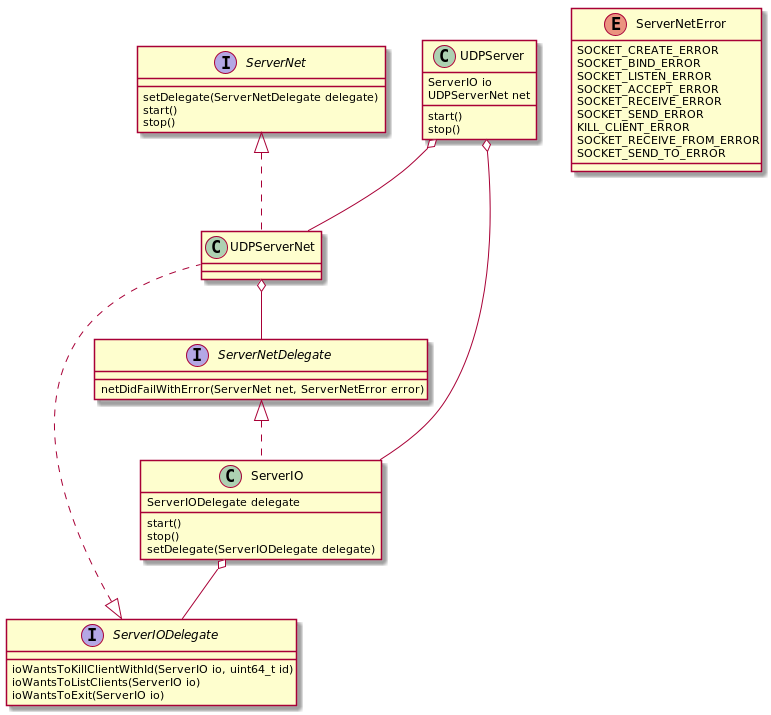
This is report/figs/UDPClasses.png from lamtev/nets, a PlantUML export, as it was before one commit.
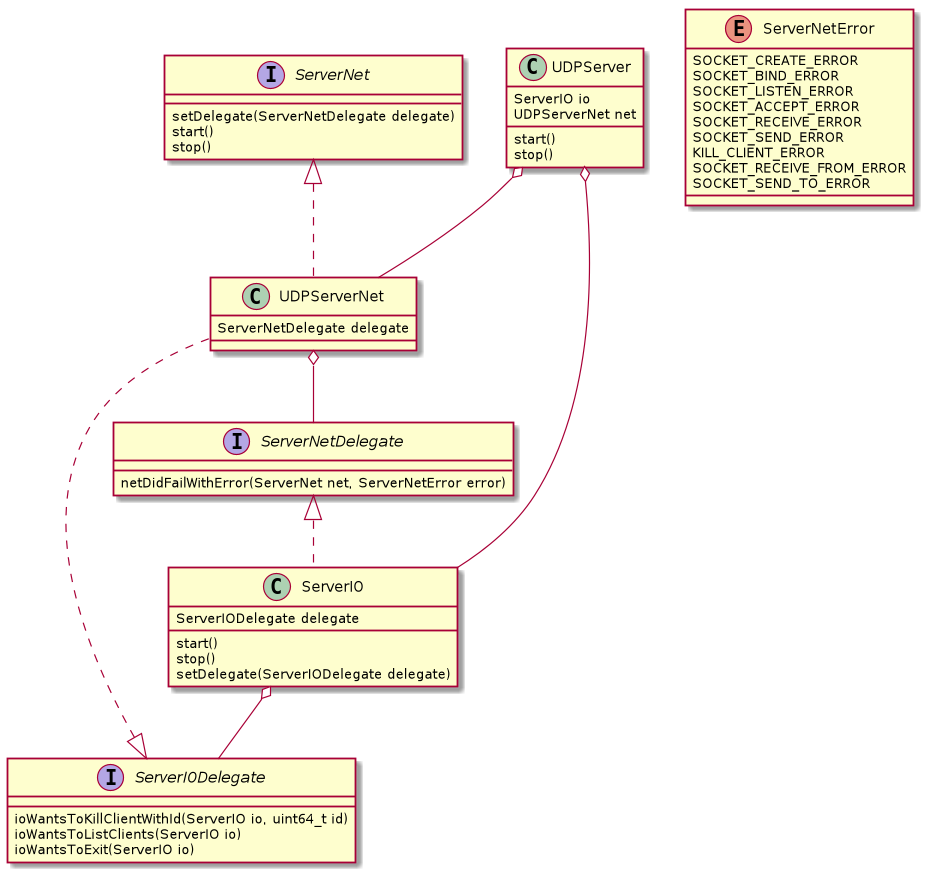
After the commit.

The edit, as a diff of the source:
```diff
@@ -35,6 +35,10 @@
 stop()
 }
 
+class UDPServerNet {
+ServerNetDelegate delegate
+}
+
 class ServerIO {
 ServerIODelegate delegate
 start()
```
